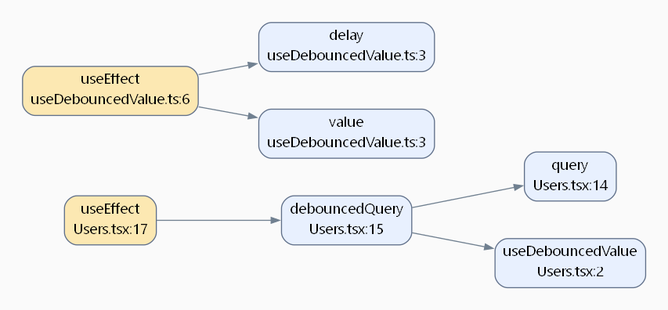
Above: codeql-graph/use-effects.png in fav757/use-effect-graph (Graphviz), before the change. Its source is kept beside it as codeql-graph/use-effects.dot. Its diagram source:
```dot
digraph UseEffects {
  graph [rankdir=LR, bgcolor="#fafafa", pad="0.3", nodesep="0.5", ranksep="0.8"];
  node [shape=box, style="rounded,filled", fillcolor="#e8f0fe", color="#5f6f89", fontname="Segoe UI"];
  edge [color="#708090", arrowsize="0.8"];
  "-16538147" [label="useEffect\nUsers.tsx:17", fillcolor="#fce8b2", URL="file://E:/study/use-effect-graph/src/components/Users.tsx:17:3:19:22"];
  "-16538159" [label="query\nUsers.tsx:14", fillcolor="#e8f0fe", URL="file://E:/study/use-effect-graph/src/components/Users.tsx:14:25:14:29"];
  "-16538008" [label="delay\nuseDebouncedValue.ts:3", fillcolor="#e8f0fe", URL="file://E:/study/use-effect-graph/src/hooks/useDebouncedValue.ts:3:48:3:52"];
  "-16538153" [label="debouncedQuery\nUsers.tsx:15", fillcolor="#e8f0fe", URL="file://E:/study/use-effect-graph/src/components/Users.tsx:15:9:15:22"];
  "-16538205" [label="useDebouncedValue\nUsers.tsx:2", fillcolor="#e8f0fe", URL="file://E:/study/use-effect-graph/src/components/Users.tsx:2:10:2:26"];
  "-16537991" [label="useEffect\nuseDebouncedValue.ts:6", fillcolor="#fce8b2", URL="file://E:/study/use-effect-graph/src/hooks/useDebouncedValue.ts:6:3:14:20"];
  "-16538009" [label="value\nuseDebouncedValue.ts:3", fillcolor="#e8f0fe", URL="file://E:/study/use-effect-graph/src/hooks/useDebouncedValue.ts:3:38:3:42"];
  "-16538153" -> "-16538205";
  "-16538153" -> "-16538159";
  "-16538147" -> "-16538153";
  "-16537991" -> "-16538009";
  "-16537991" -> "-16538008";
}
```
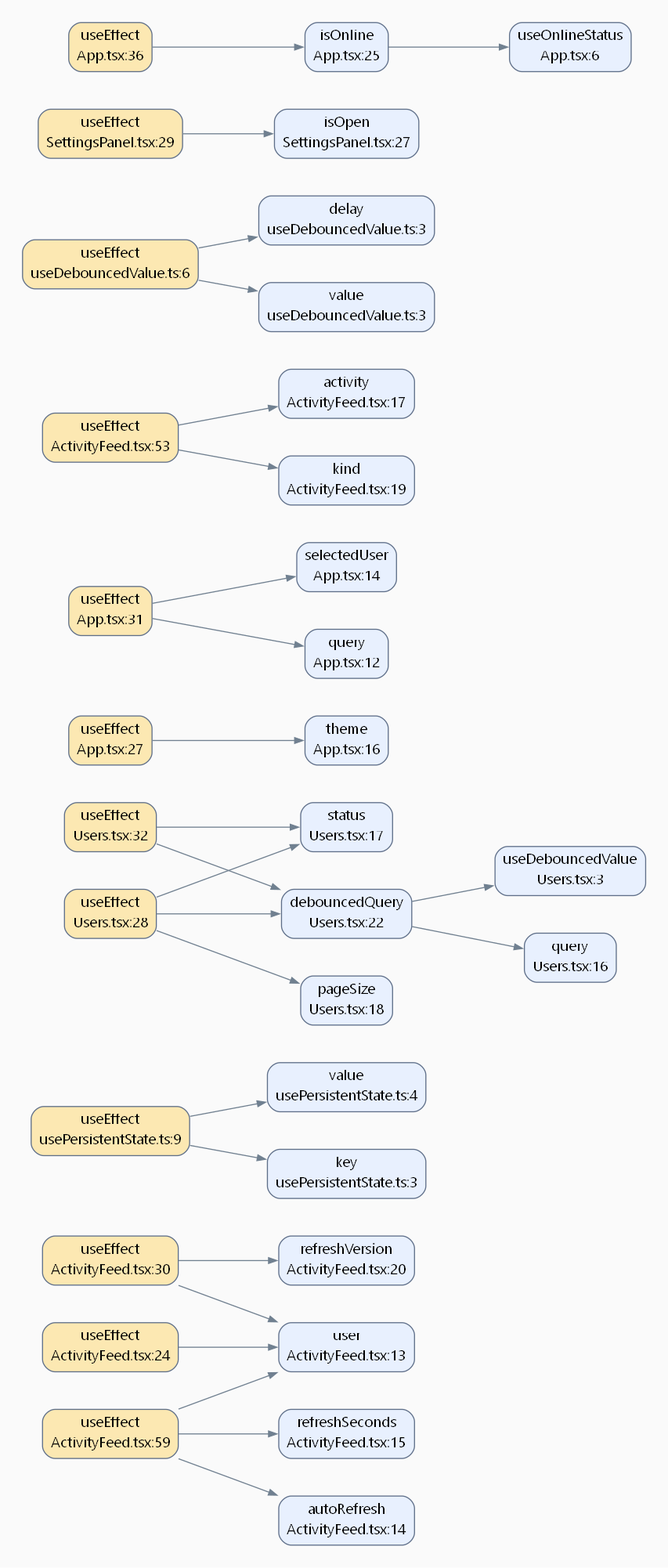
Later version of the same file.

The edit, as a diff of the source:
```diff
@@ -2,16 +2,62 @@
   graph [rankdir=LR, bgcolor="#fafafa", pad="0.3", nodesep="0.5", ranksep="0.8"];
   node [shape=box, style="rounded,filled", fillcolor="#e8f0fe", color="#5f6f89", fontname="Segoe UI"];
   edge [color="#708090", arrowsize="0.8"];
-  "-16538147" [label="useEffect\nUsers.tsx:17", fillcolor="#fce8b2", URL="file://E:/study/use-effect-graph/src/components/Users.tsx:17:3:19:22"];
-  "-16538159" [label="query\nUsers.tsx:14", fillcolor="#e8f0fe", URL="file://E:/study/use-effect-graph/src/components/Users.tsx:14:25:14:29"];
-  "-16538008" [label="delay\nuseDebouncedValue.ts:3", fillcolor="#e8f0fe", URL="file://E:/study/use-effect-graph/src/hooks/useDebouncedValue.ts:3:48:3:52"];
-  "-16538153" [label="debouncedQuery\nUsers.tsx:15", fillcolor="#e8f0fe", URL="file://E:/study/use-effect-graph/src/components/Users.tsx:15:9:15:22"];
-  "-16538205" [label="useDebouncedValue\nUsers.tsx:2", fillcolor="#e8f0fe", URL="file://E:/study/use-effect-graph/src/components/Users.tsx:2:10:2:26"];
-  "-16537991" [label="useEffect\nuseDebouncedValue.ts:6", fillcolor="#fce8b2", URL="file://E:/study/use-effect-graph/src/hooks/useDebouncedValue.ts:6:3:14:20"];
-  "-16538009" [label="value\nuseDebouncedValue.ts:3", fillcolor="#e8f0fe", URL="file://E:/study/use-effect-graph/src/hooks/useDebouncedValue.ts:3:38:3:42"];
-  "-16538153" -> "-16538205";
-  "-16538153" -> "-16538159";
-  "-16538147" -> "-16538153";
-  "-16537991" -> "-16538009";
-  "-16537991" -> "-16538008";
+  "-16536259" [label="useEffect\nActivityFeed.tsx:30", fillcolor="#fce8b2", URL="file://E:/study/use-effect-graph/src/components/ActivityFeed.tsx:30:3:51:28"];
+  "-16536307" [label="refreshVersion\nActivityFeed.tsx:20", fillcolor="#e8f0fe", URL="file://E:/study/use-effect-graph/src/components/ActivityFeed.tsx:20:10:20:23"];
+  "-16531373" [label="useEffect\nusePersistentState.ts:9", fillcolor="#fce8b2", URL="file://E:/study/use-effect-graph/src/hooks/usePersistentState.ts:9:3:11:18"];
+  "-16536346" [label="refreshSeconds\nActivityFeed.tsx:15", fillcolor="#e8f0fe", URL="file://E:/study/use-effect-graph/src/components/ActivityFeed.tsx:15:3:15:16"];
+  "-16533578" [label="useEffect\nUsers.tsx:28", fillcolor="#fce8b2", URL="file://E:/study/use-effect-graph/src/components/Users.tsx:28:3:30:40"];
+  "-16533696" [label="useDebouncedValue\nUsers.tsx:3", fillcolor="#e8f0fe", URL="file://E:/study/use-effect-graph/src/components/Users.tsx:3:10:3:26"];
+  "-16537656" [label="useEffect\nApp.tsx:27", fillcolor="#fce8b2", URL="file://E:/study/use-effect-graph/src/App.tsx:27:3:29:13"];
+  "-16533621" [label="debouncedQuery\nUsers.tsx:22", fillcolor="#e8f0fe", URL="file://E:/study/use-effect-graph/src/components/Users.tsx:22:9:22:22"];
+  "-16533639" [label="query\nUsers.tsx:16", fillcolor="#e8f0fe", URL="file://E:/study/use-effect-graph/src/components/Users.tsx:16:3:16:7"];
+  "-16536352" [label="user\nActivityFeed.tsx:13", fillcolor="#e8f0fe", URL="file://E:/study/use-effect-graph/src/components/ActivityFeed.tsx:13:3:13:6"];
+  "-16536282" [label="useEffect\nActivityFeed.tsx:24", fillcolor="#fce8b2", URL="file://E:/study/use-effect-graph/src/components/ActivityFeed.tsx:24:3:28:16"];
+  "-16537712" [label="selectedUser\nApp.tsx:14", fillcolor="#e8f0fe", URL="file://E:/study/use-effect-graph/src/App.tsx:14:10:14:21"];
+  "-16536339" [label="activity\nActivityFeed.tsx:17", fillcolor="#e8f0fe", URL="file://E:/study/use-effect-graph/src/components/ActivityFeed.tsx:17:10:17:17"];
+  "-16537733" [label="query\nApp.tsx:12", fillcolor="#e8f0fe", URL="file://E:/study/use-effect-graph/src/App.tsx:12:10:12:14"];
+  "-16537691" [label="theme\nApp.tsx:16", fillcolor="#e8f0fe", URL="file://E:/study/use-effect-graph/src/App.tsx:16:10:16:14"];
+  "-16533636" [label="status\nUsers.tsx:17", fillcolor="#e8f0fe", URL="file://E:/study/use-effect-graph/src/components/Users.tsx:17:3:17:8"];
+  "-16531407" [label="value\nusePersistentState.ts:4", fillcolor="#e8f0fe", URL="file://E:/study/use-effect-graph/src/hooks/usePersistentState.ts:4:10:4:14"];
+  "-16531812" [label="delay\nuseDebouncedValue.ts:3", fillcolor="#e8f0fe", URL="file://E:/study/use-effect-graph/src/hooks/useDebouncedValue.ts:3:48:3:52"];
+  "-16533564" [label="useEffect\nUsers.tsx:32", fillcolor="#fce8b2", URL="file://E:/study/use-effect-graph/src/components/Users.tsx:32:3:49:30"];
+  "-16534811" [label="useEffect\nSettingsPanel.tsx:29", fillcolor="#fce8b2", URL="file://E:/study/use-effect-graph/src/components/SettingsPanel.tsx:29:3:36:14"];
+  "-16537604" [label="useEffect\nApp.tsx:36", fillcolor="#fce8b2", URL="file://E:/study/use-effect-graph/src/App.tsx:36:3:40:16"];
+  "-16533633" [label="pageSize\nUsers.tsx:18", fillcolor="#e8f0fe", URL="file://E:/study/use-effect-graph/src/components/Users.tsx:18:3:18:10"];
+  "-16536349" [label="autoRefresh\nActivityFeed.tsx:14", fillcolor="#e8f0fe", URL="file://E:/study/use-effect-graph/src/components/ActivityFeed.tsx:14:3:14:13"];
+  "-16536319" [label="kind\nActivityFeed.tsx:19", fillcolor="#e8f0fe", URL="file://E:/study/use-effect-graph/src/components/ActivityFeed.tsx:19:10:19:13"];
+  "-16534817" [label="isOpen\nSettingsPanel.tsx:27", fillcolor="#e8f0fe", URL="file://E:/study/use-effect-graph/src/components/SettingsPanel.tsx:27:10:27:15"];
+  "-16536161" [label="useEffect\nActivityFeed.tsx:53", fillcolor="#fce8b2", URL="file://E:/study/use-effect-graph/src/components/ActivityFeed.tsx:53:3:57:22"];
+  "-16536132" [label="useEffect\nActivityFeed.tsx:59", fillcolor="#fce8b2", URL="file://E:/study/use-effect-graph/src/components/ActivityFeed.tsx:59:3:66:41"];
+  "-16531795" [label="useEffect\nuseDebouncedValue.ts:6", fillcolor="#fce8b2", URL="file://E:/study/use-effect-graph/src/hooks/useDebouncedValue.ts:6:3:14:20"];
+  "-16531813" [label="value\nuseDebouncedValue.ts:3", fillcolor="#e8f0fe", URL="file://E:/study/use-effect-graph/src/hooks/useDebouncedValue.ts:3:38:3:42"];
+  "-16537660" [label="isOnline\nApp.tsx:25", fillcolor="#e8f0fe", URL="file://E:/study/use-effect-graph/src/App.tsx:25:9:25:16"];
+  "-16537638" [label="useEffect\nApp.tsx:31", fillcolor="#fce8b2", URL="file://E:/study/use-effect-graph/src/App.tsx:31:3:34:27"];
+  "-16537772" [label="useOnlineStatus\nApp.tsx:6", fillcolor="#e8f0fe", URL="file://E:/study/use-effect-graph/src/App.tsx:6:10:6:24"];
+  "-16531418" [label="key\nusePersistentState.ts:3", fillcolor="#e8f0fe", URL="file://E:/study/use-effect-graph/src/hooks/usePersistentState.ts:3:39:3:41"];
+  "-16537660" -> "-16537772";
+  "-16537656" -> "-16537691";
+  "-16537638" -> "-16537733";
+  "-16537638" -> "-16537712";
+  "-16537604" -> "-16537660";
+  "-16536282" -> "-16536352";
+  "-16536259" -> "-16536352";
+  "-16536259" -> "-16536307";
+  "-16536161" -> "-16536339";
+  "-16536161" -> "-16536319";
+  "-16536132" -> "-16536352";
+  "-16536132" -> "-16536349";
+  "-16536132" -> "-16536346";
+  "-16534811" -> "-16534817";
+  "-16533621" -> "-16533696";
+  "-16533621" -> "-16533639";
+  "-16533578" -> "-16533636";
+  "-16533578" -> "-16533633";
+  "-16533578" -> "-16533621";
+  "-16533564" -> "-16533636";
+  "-16533564" -> "-16533621";
+  "-16531795" -> "-16531813";
+  "-16531795" -> "-16531812";
+  "-16531373" -> "-16531418";
+  "-16531373" -> "-16531407";
 }
```
